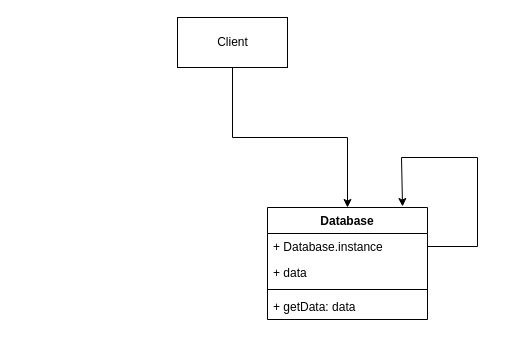
Above: creational/#1_singleton/singleton.drawio in Olanondel/patterns (draw.io), before the change. Source tidied: cells renumbered, new cells numbered last; positions are measured from the earlier drawing's top-left corner, leaving out a move shared by most shapes. Both pictures are drawn from the tidied source at 100%, with x=0, y=0 at pixel (177, 17).
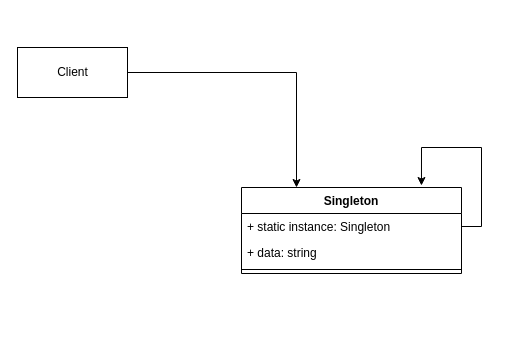
After the change.

Diff of the diagram source:
```diff
@@
 <mxGraphModel>
   <root>
     <mxCell id="0" />
     <mxCell id="1" parent="0" />
-    <mxCell id="2" value="Database" style="swimlane;fontStyle=1;align=center;verticalAlign=top;horizontal=1;startSize=26;" parent="1" vertex="1">
-      <mxGeometry x="90" y="190" width="160" height="112" as="geometry" />
+    <mxCell id="2" value="Singleton" style="swimlane;fontStyle=1;align=center;verticalAlign=top;horizontal=1;startSize=26;" parent="1" vertex="1">
+      <mxGeometry x="64" y="170" width="220" height="86" as="geometry" />
     </mxCell>
-    <mxCell id="3" value="+ Database.instance" style="text;strokeColor=none;fillColor=none;align=left;verticalAlign=top;spacingLeft=4;spacingRight=4;overflow=hidden;points=[[0,0.5],[1,0.5]];portConstraint=eastwest;" parent="2" vertex="1">
-      <mxGeometry y="26" width="160" height="26" as="geometry" />
+    <mxCell id="3" value="+ static instance: Singleton" style="text;strokeColor=none;fillColor=none;align=left;verticalAlign=top;spacingLeft=4;spacingRight=4;overflow=hidden;points=[[0,0.5],[1,0.5]];portConstraint=eastwest;" parent="2" vertex="1">
+      <mxGeometry y="26" width="220" height="26" as="geometry" />
     </mxCell>
-    <mxCell id="4" value="+ data" style="text;strokeColor=none;fillColor=none;align=left;verticalAlign=top;spacingLeft=4;spacingRight=4;overflow=hidden;" parent="2" vertex="1">
-      <mxGeometry y="52" width="160" height="26" as="geometry" />
+    <mxCell id="4" value="+ data: string" style="text;strokeColor=none;fillColor=none;align=left;verticalAlign=top;spacingLeft=4;spacingRight=4;overflow=hidden;" parent="2" vertex="1">
+      <mxGeometry y="52" width="220" height="26" as="geometry" />
     </mxCell>
     <mxCell id="5" style="line;strokeWidth=1;fillColor=none;align=left;verticalAlign=middle;spacingTop=-1;spacingLeft=3;spacingRight=3;labelPosition=right;" parent="2" vertex="1">
-      <mxGeometry y="78" width="160" height="8" as="geometry" />
+      <mxGeometry y="78" width="220" height="8" as="geometry" />
     </mxCell>
-    <mxCell id="6" value="+ getData: data" style="text;strokeColor=none;fillColor=none;align=left;verticalAlign=top;spacingLeft=4;spacingRight=4;overflow=hidden;" parent="2" vertex="1">
-      <mxGeometry y="86" width="160" height="26" as="geometry" />
-    </mxCell>
-    <mxCell id="7" style="edgeStyle=orthogonalEdgeStyle;rounded=0;jettySize=auto;html=1;exitX=1;exitY=0.5;exitDx=0;exitDy=0;entryX=0.844;entryY=-0.009;entryDx=0;entryDy=0;entryPerimeter=0;" parent="2" edge="1" source="3" target="2">
+    <mxCell id="7" style="edgeStyle=orthogonalEdgeStyle;rounded=0;jettySize=auto;html=1;exitX=1;exitY=0.5;exitDx=0;exitDy=0;entryX=0.818;entryY=-0.023;entryDx=0;entryDy=0;entryPerimeter=0;" parent="2" edge="1" source="3" target="2">
       <mxGeometry relative="1" as="geometry">
         <Array as="points">
-          <mxPoint x="210" y="39" />
-          <mxPoint x="210" y="-50" />
-          <mxPoint x="134" y="-50" />
+          <mxPoint x="240" y="39" />
+          <mxPoint x="240" y="-40" />
+          <mxPoint x="180" y="-40" />
         </Array>
       </mxGeometry>
     </mxCell>
-    <mxCell id="8" style="edgeStyle=orthogonalEdgeStyle;rounded=0;jettySize=auto;html=1;exitX=0.5;exitY=1;exitDx=0;exitDy=0;" parent="1" edge="1" source="9" target="2">
+    <mxCell id="8" style="edgeStyle=orthogonalEdgeStyle;rounded=0;jettySize=auto;html=1;exitX=1;exitY=0.5;exitDx=0;exitDy=0;entryX=0.25;entryY=0;entryDx=0;entryDy=0;" parent="1" edge="1" source="9" target="2">
       <mxGeometry relative="1" as="geometry" />
     </mxCell>
     <mxCell id="9" value="Client" style="html=1;" parent="1" vertex="1">
-      <mxGeometry width="110" height="50" as="geometry" />
+      <mxGeometry x="-160" y="30" width="110" height="50" as="geometry" />
     </mxCell>
   </root>
 </mxGraphModel>
```
